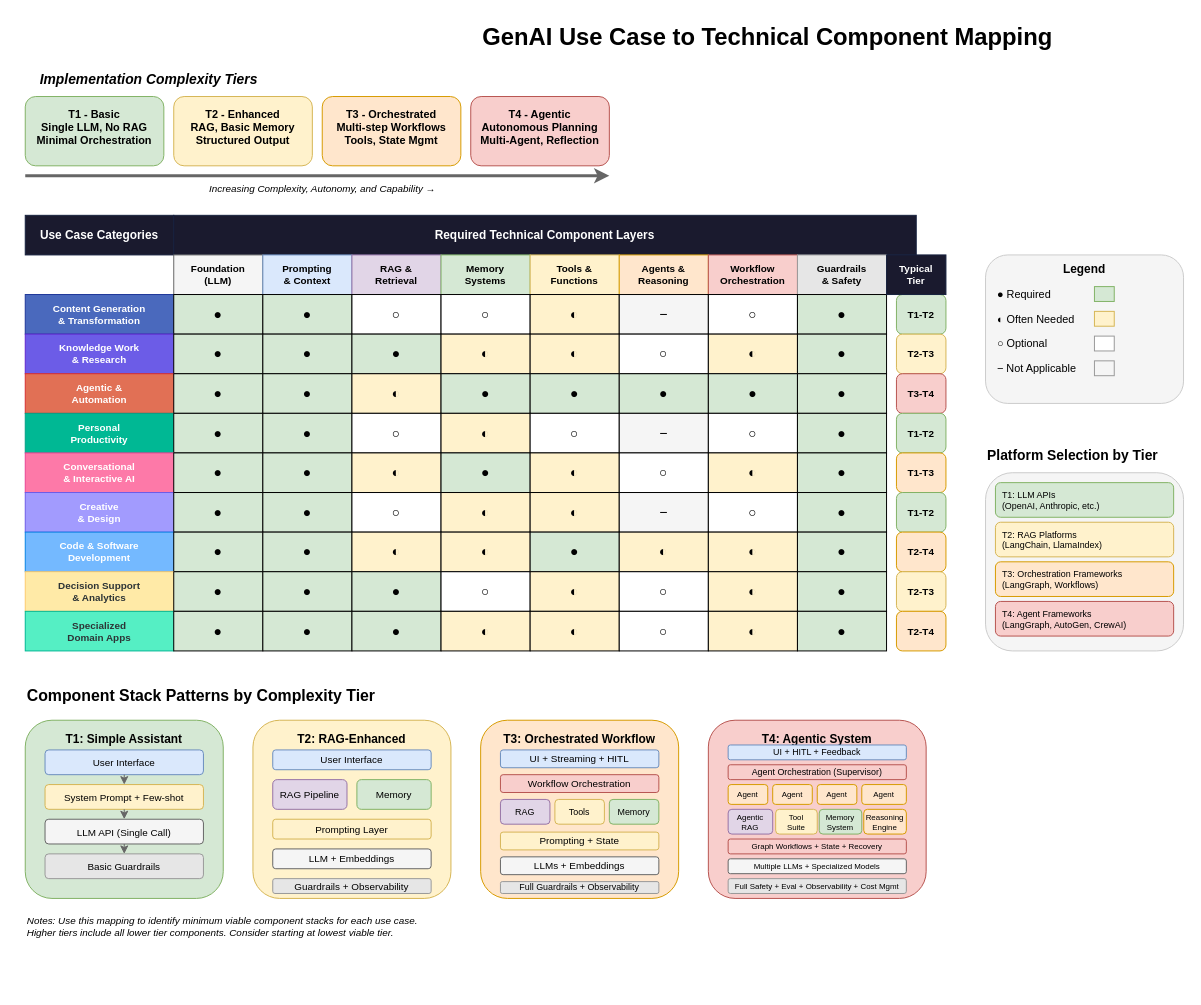
Above: genai-usecase-component-mapping.drawio in rennochj/agentic-architecture (draw.io), before the change. Source tidied: cells renumbered, new cells numbered last; positions are measured from the earlier drawing's top-left corner, leaving out a move shared by most shapes. Both pictures are drawn from the tidied source at 99%, with x=0, y=0 at pixel (25, 17).
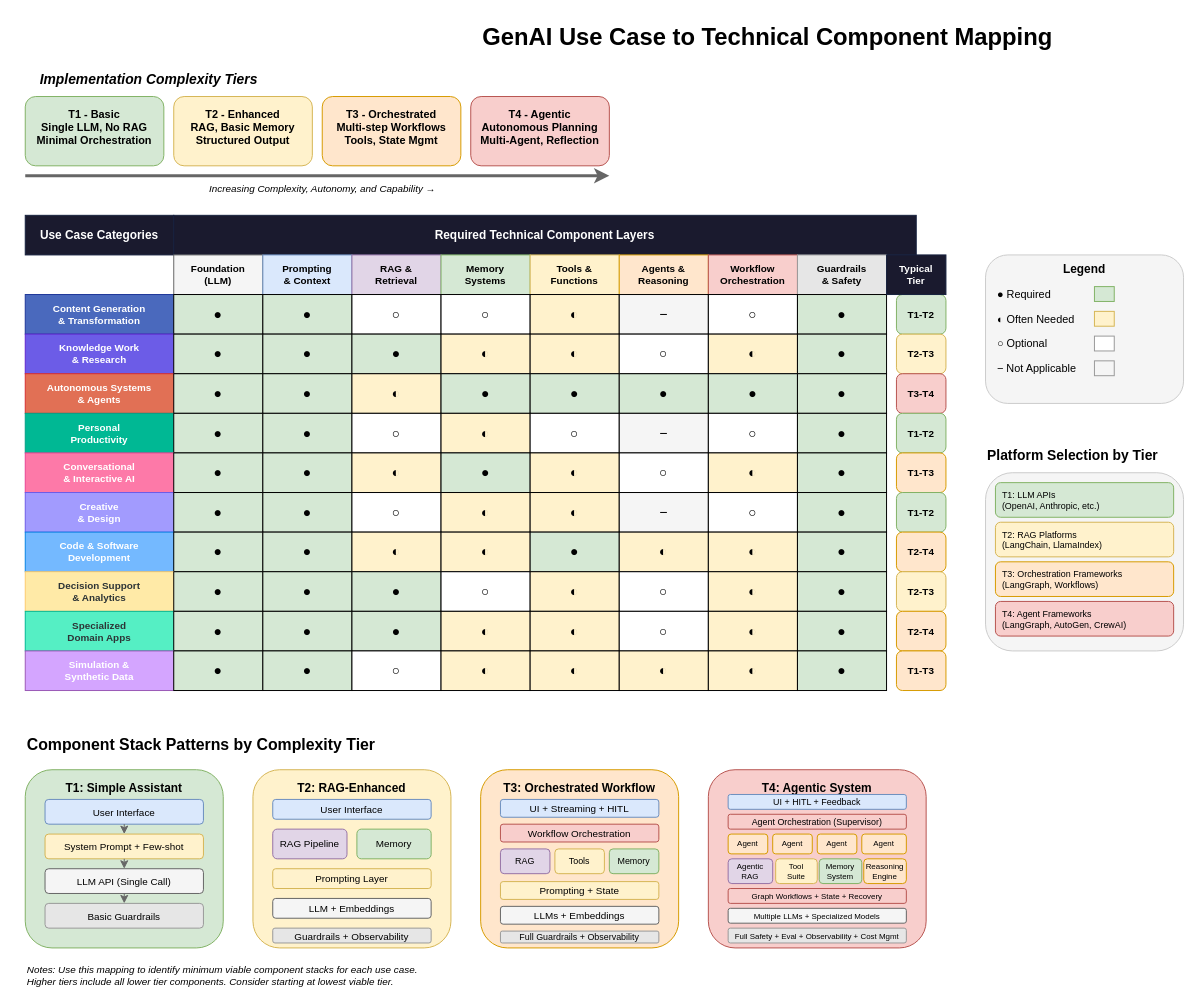
The same page after the edit.

Commit message:
Update diagram to align with v1.1 use case taxonomy

- Renamed row 3 from "Agentic & Automation" to "Autonomous Systems & Agents"
- Added row 10 for "Simulation & Synthetic Data Generation" category
- Adjusted layout: shifted Component Stack Patterns section down to accommodate new row
- Component mappings for Simulation category align with markdown (T1-T3 tier)

Diagram now consistent with genai-usecase-component-mapping.md v1.1

Diff of the diagram source:
```diff
@@
-    <mxCell id="40" value="Agentic &amp;&#10;Automation" style="rounded=0;whiteSpace=wrap;html=1;fillColor=#e17055;strokeColor=#d63031;fontColor=#ffffff;fontSize=10;fontStyle=1;" parent="1" vertex="1">
+    <mxCell id="40" value="Autonomous Systems&#10;&amp; Agents" style="rounded=0;whiteSpace=wrap;html=1;fillColor=#e17055;strokeColor=#d63031;fontColor=#ffffff;fontSize=10;fontStyle=1;" parent="1" vertex="1">
       <mxGeometry y="360" width="150" height="40" as="geometry" />
     </mxCell>
@@
+    <mxCell id="167" value="Simulation &amp;&#10;Synthetic Data" style="rounded=0;whiteSpace=wrap;html=1;fillColor=#d4a5ff;strokeColor=#9b59b6;fontColor=#ffffff;fontSize=10;fontStyle=1;" parent="1" vertex="1">
+      <mxGeometry y="640" width="150" height="40" as="geometry" />
+    </mxCell>
+    <mxCell id="168" value="●" style="rounded=0;whiteSpace=wrap;html=1;fillColor=#d5e8d4;fontSize=14;" parent="1" vertex="1">
+      <mxGeometry x="150" y="640" width="90" height="40" as="geometry" />
+    </mxCell>
+    <mxCell id="169" value="●" style="rounded=0;whiteSpace=wrap;html=1;fillColor=#d5e8d4;fontSize=14;" parent="1" vertex="1">
+      <mxGeometry x="240" y="640" width="90" height="40" as="geometry" />
+    </mxCell>
+    <mxCell id="170" value="○" style="rounded=0;whiteSpace=wrap;html=1;fillColor=#ffffff;fontSize=14;" parent="1" vertex="1">
+      <mxGeometry x="330" y="640" width="90" height="40" as="geometry" />
+    </mxCell>
+    <mxCell id="171" value="◐" style="rounded=0;whiteSpace=wrap;html=1;fillColor=#fff2cc;fontSize=14;" parent="1" vertex="1">
+      <mxGeometry x="420" y="640" width="90" height="40" as="geometry" />
+    </mxCell>
+    <mxCell id="172" value="◐" style="rounded=0;whiteSpace=wrap;html=1;fillColor=#fff2cc;fontSize=14;" parent="1" vertex="1">
+      <mxGeometry x="510" y="640" width="90" height="40" as="geometry" />
+    </mxCell>
+    <mxCell id="173" value="◐" style="rounded=0;whiteSpace=wrap;html=1;fillColor=#fff2cc;fontSize=14;" parent="1" vertex="1">
+      <mxGeometry x="600" y="640" width="90" height="40" as="geometry" />
+    </mxCell>
+    <mxCell id="174" value="◐" style="rounded=0;whiteSpace=wrap;html=1;fillColor=#fff2cc;fontSize=14;" parent="1" vertex="1">
+      <mxGeometry x="690" y="640" width="90" height="40" as="geometry" />
+    </mxCell>
+    <mxCell id="175" value="●" style="rounded=0;whiteSpace=wrap;html=1;fillColor=#d5e8d4;fontSize=14;" parent="1" vertex="1">
+      <mxGeometry x="780" y="640" width="90" height="40" as="geometry" />
+    </mxCell>
+    <mxCell id="176" value="T1-T3" style="rounded=1;whiteSpace=wrap;html=1;fillColor=#ffe6cc;strokeColor=#d79b00;fontSize=10;fontStyle=1;" parent="1" vertex="1">
+      <mxGeometry x="880" y="640" width="50" height="40" as="geometry" />
+    </mxCell>
@@
     <mxCell id="121" value="Component Stack Patterns by Complexity Tier" style="text;html=1;strokeColor=none;fillColor=none;align=left;verticalAlign=middle;whiteSpace=wrap;rounded=0;fontSize=16;fontStyle=1;" parent="1" vertex="1">
-      <mxGeometry y="670" width="400" height="30" as="geometry" />
+      <mxGeometry y="720" width="400" height="30" as="geometry" />
     </mxCell>
     <mxCell id="122" value="T1: Simple Assistant" style="rounded=1;whiteSpace=wrap;html=1;fillColor=#d5e8d4;strokeColor=#82b366;fontStyle=1;fontSize=12;verticalAlign=top;spacingTop=5;" parent="1" vertex="1">
-      <mxGeometry y="710" width="200" height="180" as="geometry" />
+      <mxGeometry y="760" width="200" height="180" as="geometry" />
     </mxCell>
     <mxCell id="123" value="User Interface" style="rounded=1;whiteSpace=wrap;html=1;fillColor=#dae8fc;strokeColor=#6c8ebf;fontSize=10;" parent="1" vertex="1">
-      <mxGeometry x="20" y="740" width="160" height="25" as="geometry" />
+      <mxGeometry x="20" y="790" width="160" height="25" as="geometry" />
     </mxCell>
     <mxCell id="124" value="System Prompt + Few-shot" style="rounded=1;whiteSpace=wrap;html=1;fillColor=#fff2cc;strokeColor=#d6b656;fontSize=10;" parent="1" vertex="1">
-      <mxGeometry x="20" y="775" width="160" height="25" as="geometry" />
+      <mxGeometry x="20" y="825" width="160" height="25" as="geometry" />
     </mxCell>
     <mxCell id="125" value="LLM API (Single Call)" style="rounded=1;whiteSpace=wrap;html=1;fillColor=#f5f5f5;strokeColor=#666666;fontSize=10;" parent="1" vertex="1">
-      <mxGeometry x="20" y="810" width="160" height="25" as="geometry" />
+      <mxGeometry x="20" y="860" width="160" height="25" as="geometry" />
     </mxCell>
     <mxCell id="126" value="Basic Guardrails" style="rounded=1;whiteSpace=wrap;html=1;fillColor=#e6e6e6;strokeColor=#999999;fontSize=10;" parent="1" vertex="1">
-      <mxGeometry x="20" y="845" width="160" height="25" as="geometry" />
+      <mxGeometry x="20" y="895" width="160" height="25" as="geometry" />
     </mxCell>
@@
     <mxCell id="130" value="T2: RAG-Enhanced" style="rounded=1;whiteSpace=wrap;html=1;fillColor=#fff2cc;strokeColor=#d6b656;fontStyle=1;fontSize=12;verticalAlign=top;spacingTop=5;" parent="1" vertex="1">
-      <mxGeometry x="230" y="710" width="200" height="180" as="geometry" />
+      <mxGeometry x="230" y="760" width="200" height="180" as="geometry" />
     </mxCell>
     <mxCell id="131" value="User Interface" style="rounded=1;whiteSpace=wrap;html=1;fillColor=#dae8fc;strokeColor=#6c8ebf;fontSize=10;" parent="1" vertex="1">
-      <mxGeometry x="250" y="740" width="160" height="20" as="geometry" />
+      <mxGeometry x="250" y="790" width="160" height="20" as="geometry" />
     </mxCell>
     <mxCell id="132" value="RAG Pipeline" style="rounded=1;whiteSpace=wrap;html=1;fillColor=#e1d5e7;strokeColor=#9673a6;fontSize=10;" parent="1" vertex="1">
-      <mxGeometry x="250" y="770" width="75" height="30" as="geometry" />
+      <mxGeometry x="250" y="820" width="75" height="30" as="geometry" />
     </mxCell>
     <mxCell id="133" value="Memory" style="rounded=1;whiteSpace=wrap;html=1;fillColor=#d5e8d4;strokeColor=#82b366;fontSize=10;" parent="1" vertex="1">
-      <mxGeometry x="335" y="770" width="75" height="30" as="geometry" />
+      <mxGeometry x="335" y="820" width="75" height="30" as="geometry" />
     </mxCell>
     <mxCell id="134" value="Prompting Layer" style="rounded=1;whiteSpace=wrap;html=1;fillColor=#fff2cc;strokeColor=#d6b656;fontSize=10;" parent="1" vertex="1">
-      <mxGeometry x="250" y="810" width="160" height="20" as="geometry" />
+      <mxGeometry x="250" y="860" width="160" height="20" as="geometry" />
     </mxCell>
     <mxCell id="135" value="LLM + Embeddings" style="rounded=1;whiteSpace=wrap;html=1;fillColor=#f5f5f5;strokeColor=#666666;fontSize=10;" parent="1" vertex="1">
-      <mxGeometry x="250" y="840" width="160" height="20" as="geometry" />
+      <mxGeometry x="250" y="890" width="160" height="20" as="geometry" />
     </mxCell>
     <mxCell id="136" value="Guardrails + Observability" style="rounded=1;whiteSpace=wrap;html=1;fillColor=#e6e6e6;strokeColor=#999999;fontSize=10;" parent="1" vertex="1">
-      <mxGeometry x="250" y="870" width="160" height="15" as="geometry" />
+      <mxGeometry x="250" y="920" width="160" height="15" as="geometry" />
     </mxCell>
     <mxCell id="137" value="T3: Orchestrated Workflow" style="rounded=1;whiteSpace=wrap;html=1;fillColor=#ffe6cc;strokeColor=#d79b00;fontStyle=1;fontSize=12;verticalAlign=top;spacingTop=5;" parent="1" vertex="1">
-      <mxGeometry x="460" y="710" width="200" height="180" as="geometry" />
+      <mxGeometry x="460" y="760" width="200" height="180" as="geometry" />
     </mxCell>
     <mxCell id="138" value="UI + Streaming + HITL" style="rounded=1;whiteSpace=wrap;html=1;fillColor=#dae8fc;strokeColor=#6c8ebf;fontSize=10;" parent="1" vertex="1">
-      <mxGeometry x="480" y="740" width="160" height="18" as="geometry" />
+      <mxGeometry x="480" y="790" width="160" height="18" as="geometry" />
     </mxCell>
     <mxCell id="139" value="Workflow Orchestration" style="rounded=1;whiteSpace=wrap;html=1;fillColor=#f8cecc;strokeColor=#b85450;fontSize=10;" parent="1" vertex="1">
-      <mxGeometry x="480" y="765" width="160" height="18" as="geometry" />
+      <mxGeometry x="480" y="815" width="160" height="18" as="geometry" />
     </mxCell>
     <mxCell id="140" value="RAG" style="rounded=1;whiteSpace=wrap;html=1;fillColor=#e1d5e7;strokeColor=#9673a6;fontSize=9;" parent="1" vertex="1">
-      <mxGeometry x="480" y="790" width="50" height="25" as="geometry" />
+      <mxGeometry x="480" y="840" width="50" height="25" as="geometry" />
     </mxCell>
     <mxCell id="141" value="Tools" style="rounded=1;whiteSpace=wrap;html=1;fillColor=#fff2cc;strokeColor=#d6b656;fontSize=9;" parent="1" vertex="1">
-      <mxGeometry x="535" y="790" width="50" height="25" as="geometry" />
+      <mxGeometry x="535" y="840" width="50" height="25" as="geometry" />
     </mxCell>
     <mxCell id="142" value="Memory" style="rounded=1;whiteSpace=wrap;html=1;fillColor=#d5e8d4;strokeColor=#82b366;fontSize=9;" parent="1" vertex="1">
-      <mxGeometry x="590" y="790" width="50" height="25" as="geometry" />
+      <mxGeometry x="590" y="840" width="50" height="25" as="geometry" />
     </mxCell>
     <mxCell id="143" value="Prompting + State" style="rounded=1;whiteSpace=wrap;html=1;fillColor=#fff2cc;strokeColor=#d6b656;fontSize=10;" parent="1" vertex="1">
-      <mxGeometry x="480" y="823" width="160" height="18" as="geometry" />
+      <mxGeometry x="480" y="873" width="160" height="18" as="geometry" />
     </mxCell>
     <mxCell id="144" value="LLMs + Embeddings" style="rounded=1;whiteSpace=wrap;html=1;fillColor=#f5f5f5;strokeColor=#666666;fontSize=10;" parent="1" vertex="1">
-      <mxGeometry x="480" y="848" width="160" height="18" as="geometry" />
+      <mxGeometry x="480" y="898" width="160" height="18" as="geometry" />
     </mxCell>
     <mxCell id="145" value="Full Guardrails + Observability" style="rounded=1;whiteSpace=wrap;html=1;fillColor=#e6e6e6;strokeColor=#999999;fontSize=9;" parent="1" vertex="1">
-      <mxGeometry x="480" y="873" width="160" height="12" as="geometry" />
+      <mxGeometry x="480" y="923" width="160" height="12" as="geometry" />
     </mxCell>
     <mxCell id="146" value="T4: Agentic System" style="rounded=1;whiteSpace=wrap;html=1;fillColor=#f8cecc;strokeColor=#b85450;fontStyle=1;fontSize=12;verticalAlign=top;spacingTop=5;" parent="1" vertex="1">
-      <mxGeometry x="690" y="710" width="220" height="180" as="geometry" />
+      <mxGeometry x="690" y="760" width="220" height="180" as="geometry" />
     </mxCell>
     <mxCell id="147" value="UI + HITL + Feedback" style="rounded=1;whiteSpace=wrap;html=1;fillColor=#dae8fc;strokeColor=#6c8ebf;fontSize=9;" parent="1" vertex="1">
-      <mxGeometry x="710" y="735" width="180" height="15" as="geometry" />
+      <mxGeometry x="710" y="785" width="180" height="15" as="geometry" />
     </mxCell>
     <mxCell id="148" value="Agent Orchestration (Supervisor)" style="rounded=1;whiteSpace=wrap;html=1;fillColor=#f8cecc;strokeColor=#b85450;fontSize=9;" parent="1" vertex="1">
-      <mxGeometry x="710" y="755" width="180" height="15" as="geometry" />
+      <mxGeometry x="710" y="805" width="180" height="15" as="geometry" />
     </mxCell>
     <mxCell id="149" value="Agent" style="rounded=1;whiteSpace=wrap;html=1;fillColor=#ffe6cc;strokeColor=#d79b00;fontSize=8;" parent="1" vertex="1">
-      <mxGeometry x="710" y="775" width="40" height="20" as="geometry" />
+      <mxGeometry x="710" y="825" width="40" height="20" as="geometry" />
     </mxCell>
     <mxCell id="150" value="Agent" style="rounded=1;whiteSpace=wrap;html=1;fillColor=#ffe6cc;strokeColor=#d79b00;fontSize=8;" parent="1" vertex="1">
-      <mxGeometry x="755" y="775" width="40" height="20" as="geometry" />
+      <mxGeometry x="755" y="825" width="40" height="20" as="geometry" />
     </mxCell>
     <mxCell id="151" value="Agent" style="rounded=1;whiteSpace=wrap;html=1;fillColor=#ffe6cc;strokeColor=#d79b00;fontSize=8;" parent="1" vertex="1">
-      <mxGeometry x="800" y="775" width="40" height="20" as="geometry" />
+      <mxGeometry x="800" y="825" width="40" height="20" as="geometry" />
     </mxCell>
     <mxCell id="152" value="Agent" style="rounded=1;whiteSpace=wrap;html=1;fillColor=#ffe6cc;strokeColor=#d79b00;fontSize=8;" parent="1" vertex="1">
-      <mxGeometry x="845" y="775" width="45" height="20" as="geometry" />
+      <mxGeometry x="845" y="825" width="45" height="20" as="geometry" />
     </mxCell>
     <mxCell id="153" value="Agentic&#10;RAG" style="rounded=1;whiteSpace=wrap;html=1;fillColor=#e1d5e7;strokeColor=#9673a6;fontSize=8;" parent="1" vertex="1">
-      <mxGeometry x="710" y="800" width="45" height="25" as="geometry" />
+      <mxGeometry x="710" y="850" width="45" height="25" as="geometry" />
     </mxCell>
     <mxCell id="154" value="Tool&#10;Suite" style="rounded=1;whiteSpace=wrap;html=1;fillColor=#fff2cc;strokeColor=#d6b656;fontSize=8;" parent="1" vertex="1">
-      <mxGeometry x="758" y="800" width="42" height="25" as="geometry" />
+      <mxGeometry x="758" y="850" width="42" height="25" as="geometry" />
     </mxCell>
     <mxCell id="155" value="Memory&#10;System" style="rounded=1;whiteSpace=wrap;html=1;fillColor=#d5e8d4;strokeColor=#82b366;fontSize=8;" parent="1" vertex="1">
-      <mxGeometry x="802" y="800" width="43" height="25" as="geometry" />
+      <mxGeometry x="802" y="850" width="43" height="25" as="geometry" />
     </mxCell>
     <mxCell id="156" value="Reasoning&#10;Engine" style="rounded=1;whiteSpace=wrap;html=1;fillColor=#ffe6cc;strokeColor=#d79b00;fontSize=8;" parent="1" vertex="1">
-      <mxGeometry x="847" y="800" width="43" height="25" as="geometry" />
+      <mxGeometry x="847" y="850" width="43" height="25" as="geometry" />
     </mxCell>
     <mxCell id="157" value="Graph Workflows + State + Recovery" style="rounded=1;whiteSpace=wrap;html=1;fillColor=#f8cecc;strokeColor=#b85450;fontSize=8;" parent="1" vertex="1">
-      <mxGeometry x="710" y="830" width="180" height="15" as="geometry" />
+      <mxGeometry x="710" y="880" width="180" height="15" as="geometry" />
     </mxCell>
     <mxCell id="158" value="Multiple LLMs + Specialized Models" style="rounded=1;whiteSpace=wrap;html=1;fillColor=#f5f5f5;strokeColor=#666666;fontSize=8;" parent="1" vertex="1">
-      <mxGeometry x="710" y="850" width="180" height="15" as="geometry" />
+      <mxGeometry x="710" y="900" width="180" height="15" as="geometry" />
     </mxCell>
     <mxCell id="159" value="Full Safety + Eval + Observability + Cost Mgmt" style="rounded=1;whiteSpace=wrap;html=1;fillColor=#e6e6e6;strokeColor=#999999;fontSize=8;" parent="1" vertex="1">
-      <mxGeometry x="710" y="870" width="180" height="15" as="geometry" />
+      <mxGeometry x="710" y="920" width="180" height="15" as="geometry" />
     </mxCell>
@@
     <mxCell id="166" value="Notes: Use this mapping to identify minimum viable component stacks for each use case.&#10;Higher tiers include all lower tier components. Consider starting at lowest viable tier." style="text;html=1;strokeColor=none;fillColor=none;align=left;verticalAlign=top;whiteSpace=wrap;rounded=0;fontSize=10;fontStyle=2;" parent="1" vertex="1">
-      <mxGeometry y="900" width="600" height="30" as="geometry" />
+      <mxGeometry y="950" width="600" height="30" as="geometry" />
     </mxCell>
```
